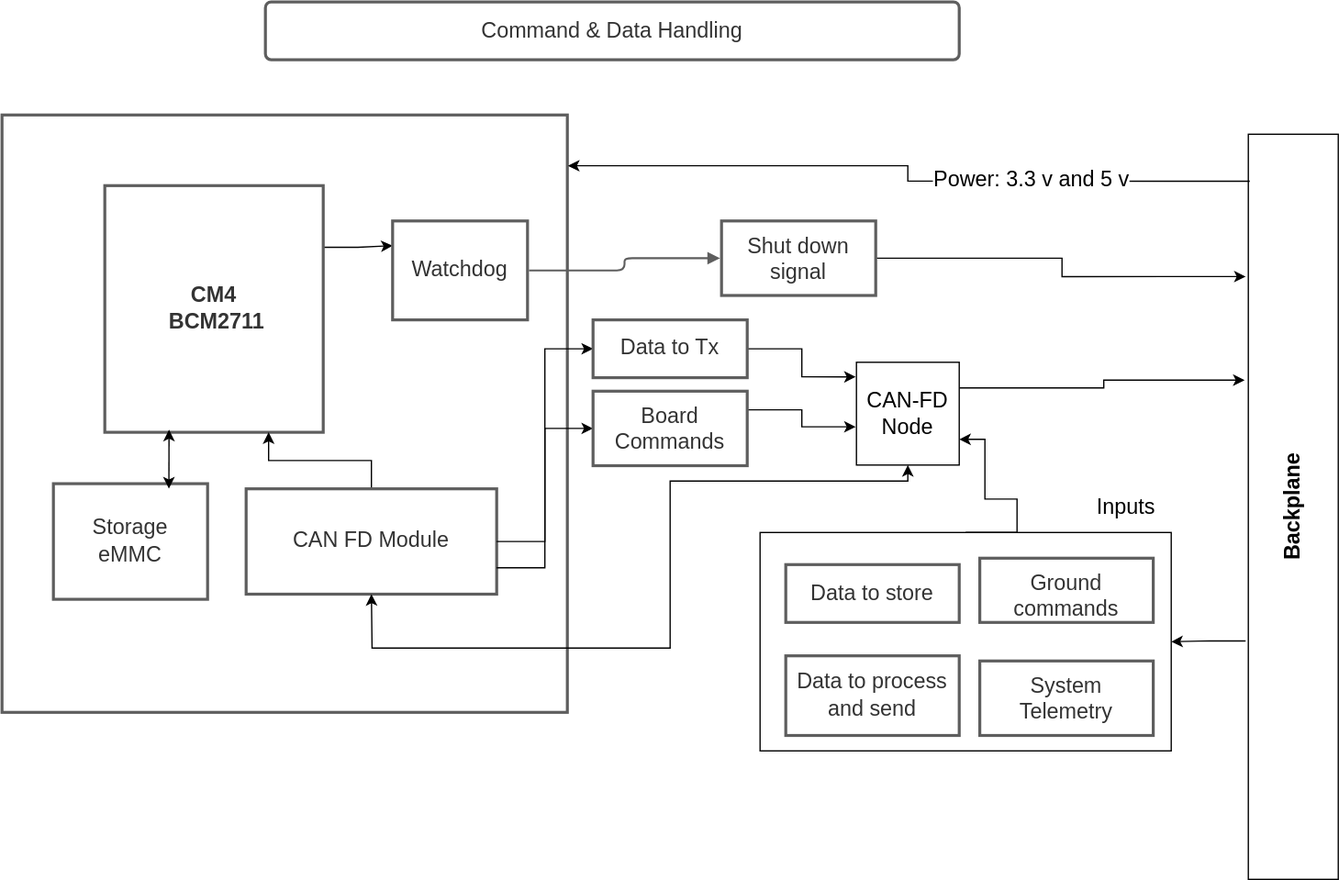
The draw.io diagram CD&H/C&DH.drawio.svg in coloradocube/balloonsat-bus, before a commit. Source tidied: cells renumbered, new cells last; positions are measured from the earlier drawing's top-left corner, leaving out a move shared by most shapes.
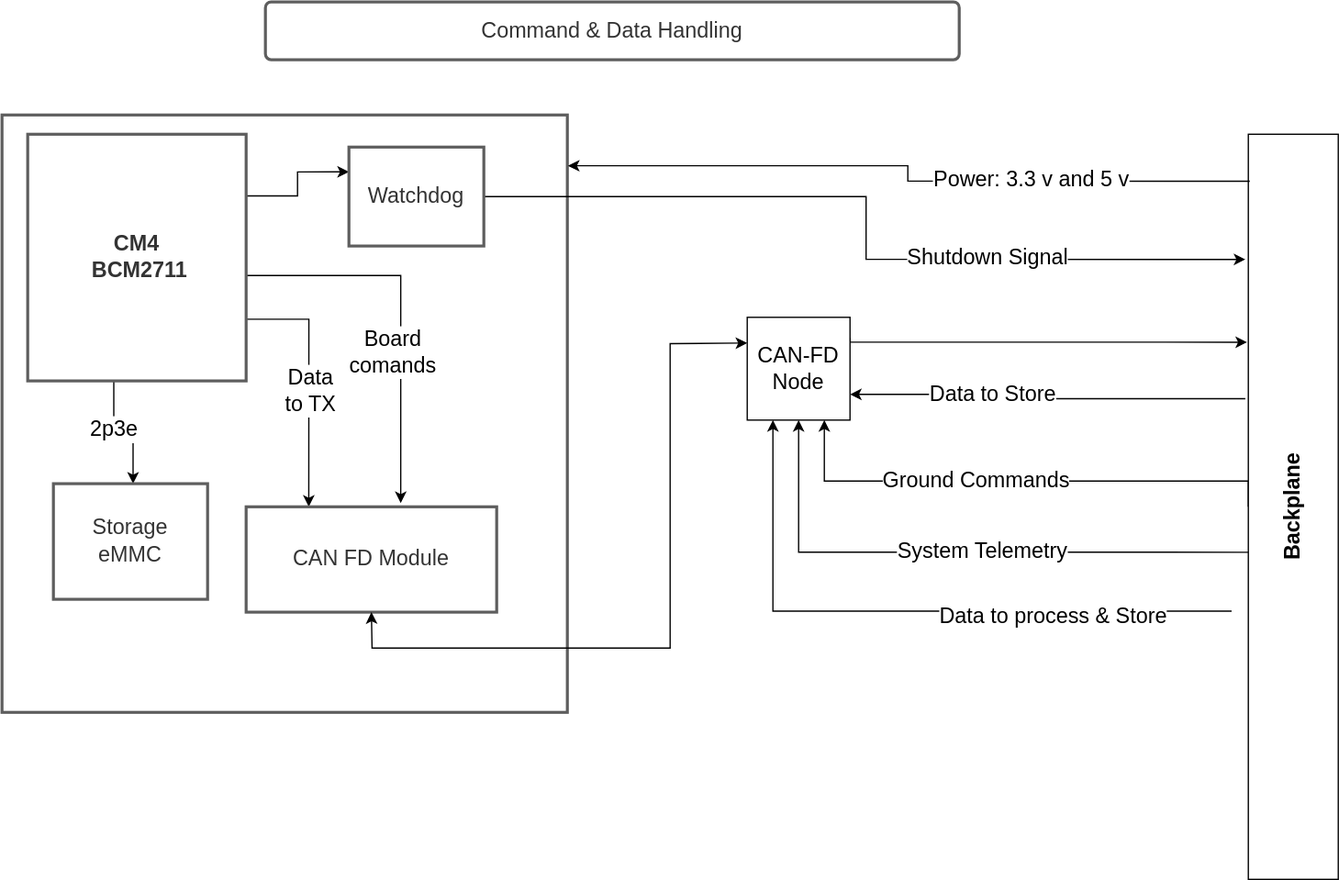
The same diagram one commit later.

What changed in the source:
```diff
@@ -2,85 +2,89 @@
   <root>
     <mxCell id="0" />
     <mxCell id="1" parent="0" />
-    <mxCell id="2" style="edgeStyle=orthogonalEdgeStyle;rounded=0;jettySize=auto;html=1;exitX=-0.03;exitY=0.68;exitDx=0;exitDy=0;entryX=1;entryY=0.5;entryDx=0;entryDy=0;fontSize=16.71;exitPerimeter=0;" parent="1" edge="1" source="20" target="4">
-      <mxGeometry relative="1" as="geometry" />
-    </mxCell>
-    <mxCell id="3" style="edgeStyle=orthogonalEdgeStyle;rounded=0;jettySize=auto;html=1;exitX=0.5;exitY=0;exitDx=0;exitDy=0;entryX=1;entryY=0.75;entryDx=0;entryDy=0;fontSize=16.71;" parent="1" edge="1" source="4" target="29">
-      <mxGeometry relative="1" as="geometry">
-        <Array as="points">
-          <mxPoint x="790" y="413" />
-          <mxPoint x="790" y="387" />
-          <mxPoint x="765" y="387" />
-          <mxPoint x="765" y="340" />
-        </Array>
-      </mxGeometry>
-    </mxCell>
-    <mxCell id="4" style="rounded=0;whiteSpace=wrap;html=1;fontSize=16.71;" parent="1" vertex="1">
-      <mxGeometry x="590" y="413" width="320" height="170" as="geometry" />
-    </mxCell>
     <mxCell id="5" style="html=1;overflow=block;blockSpacing=1;whiteSpace=wrap;whiteSpace=wrap;fontSize=13;spacing=9;strokeColor=#5e5e5e;strokeOpacity=100;absoluteArcSize=1;arcSize=9;strokeWidth=2.3;" parent="1" vertex="1">
       <mxGeometry y="88" width="440" height="465" as="geometry" />
     </mxCell>
     <mxCell id="6" style="edgeStyle=orthogonalEdgeStyle;rounded=0;jettySize=auto;html=1;exitX=1;exitY=0.25;exitDx=0;exitDy=0;entryX=0;entryY=0.25;entryDx=0;entryDy=0;" parent="1" edge="1" source="7" target="21">
       <mxGeometry relative="1" as="geometry" />
     </mxCell>
+    <mxCell id="35" style="edgeStyle=orthogonalEdgeStyle;rounded=0;jettySize=auto;html=1;exitX=1;exitY=0.75;exitDx=0;exitDy=0;entryX=0.25;entryY=0;entryDx=0;entryDy=0;fontSize=16.71;" parent="1" edge="1" source="7" target="9">
+      <mxGeometry relative="1" as="geometry" />
+    </mxCell>
+    <mxCell id="36" value="Data&lt;br&gt;to TX" style="edgeLabel;html=1;align=center;verticalAlign=middle;fontSize=16.71;" parent="35" vertex="1">
+      <mxGeometry x="0.07" relative="1" as="geometry">
+        <mxPoint y="-1" as="offset" />
+      </mxGeometry>
+    </mxCell>
+    <mxCell id="37" style="edgeStyle=orthogonalEdgeStyle;rounded=0;jettySize=auto;html=1;exitX=1;exitY=0.5;exitDx=0;exitDy=0;entryX=0.617;entryY=-0.035;entryDx=0;entryDy=0;entryPerimeter=0;fontSize=16.71;" parent="1" edge="1" source="7" target="9">
+      <mxGeometry relative="1" as="geometry">
+        <Array as="points">
+          <mxPoint x="190" y="213" />
+          <mxPoint x="310" y="213" />
+        </Array>
+      </mxGeometry>
+    </mxCell>
+    <mxCell id="38" value="Board&lt;br&gt;comands" style="edgeLabel;html=1;align=center;verticalAlign=middle;fontSize=16.71;" parent="37" vertex="1">
+      <mxGeometry x="0.24" y="-7" relative="1" as="geometry" />
+    </mxCell>
+    <mxCell id="39" value="2p3e" style="edgeStyle=orthogonalEdgeStyle;rounded=0;orthogonalLoop=1;jettySize=auto;html=1;exitX=0.5;exitY=1;exitDx=0;exitDy=0;entryX=0.5;entryY=0;entryDx=0;entryDy=0;fontSize=16.71;" parent="1" edge="1">
+      <mxGeometry relative="1" as="geometry">
+        <mxPoint x="107" y="295" as="sourcePoint" />
+        <mxPoint x="102" y="375" as="targetPoint" />
+      </mxGeometry>
+    </mxCell>
     <mxCell id="7" value="CM4&lt;br&gt;&amp;nbsp;BCM2711" style="html=1;overflow=block;blockSpacing=1;whiteSpace=wrap;whiteSpace=wrap;fontSize=16.7;fontColor=#333333;fontStyle=1;spacing=9;verticalAlign=middle;strokeColor=#5e5e5e;strokeOpacity=100;absoluteArcSize=1;arcSize=9;strokeWidth=2.3;" parent="1" vertex="1">
-      <mxGeometry x="80" y="143" width="170" height="192" as="geometry" />
+      <mxGeometry x="20" y="103" width="170" height="192" as="geometry" />
     </mxCell>
-    <mxCell id="8" style="edgeStyle=orthogonalEdgeStyle;rounded=0;jettySize=auto;html=1;exitX=0.5;exitY=0;exitDx=0;exitDy=0;entryX=0.75;entryY=1;entryDx=0;entryDy=0;fontSize=16.71;" parent="1" edge="1" source="9" target="7">
-      <mxGeometry relative="1" as="geometry" />
-    </mxCell>
     <mxCell id="9" value="CAN FD Module" style="html=1;overflow=block;blockSpacing=1;whiteSpace=wrap;whiteSpace=wrap;fontSize=16.7;fontColor=#333333;spacing=9;strokeColor=#5e5e5e;strokeOpacity=100;absoluteArcSize=1;arcSize=9;strokeWidth=2.3;" parent="1" vertex="1">
-      <mxGeometry x="190" y="379" width="195" height="82" as="geometry" />
+      <mxGeometry x="190" y="393" width="195" height="82" as="geometry" />
     </mxCell>
     <mxCell id="10" value="Command &amp; Data Handling" style="html=1;overflow=block;blockSpacing=1;whiteSpace=wrap;whiteSpace=wrap;fontSize=16.7;fontColor=#333333;spacing=9;strokeColor=#5e5e5e;strokeOpacity=100;rounded=1;absoluteArcSize=1;arcSize=9;strokeWidth=2.3;" parent="1" vertex="1">
       <mxGeometry x="205" width="540" height="45" as="geometry" />
     </mxCell>
-    <mxCell id="11" style="edgeStyle=orthogonalEdgeStyle;rounded=0;jettySize=auto;html=1;exitX=1;exitY=0.75;exitDx=0;exitDy=0;entryX=0;entryY=0.5;entryDx=0;entryDy=0;" parent="1" edge="1" source="9" target="13">
-      <mxGeometry relative="1" as="geometry" />
-    </mxCell>
-    <mxCell id="12" style="edgeStyle=orthogonalEdgeStyle;rounded=0;jettySize=auto;html=1;exitX=1;exitY=0.25;exitDx=0;exitDy=0;entryX=-0.007;entryY=0.628;entryDx=0;entryDy=0;entryPerimeter=0;fontSize=16.71;" parent="1" edge="1" source="13" target="29">
-      <mxGeometry relative="1" as="geometry" />
-    </mxCell>
-    <mxCell id="13" value="Board Commands" style="html=1;overflow=block;blockSpacing=1;whiteSpace=wrap;whiteSpace=wrap;fontSize=16.7;fontColor=#333333;spacing=9;strokeColor=#5e5e5e;strokeOpacity=100;absoluteArcSize=1;arcSize=9;strokeWidth=2.3;" parent="1" vertex="1">
-      <mxGeometry x="460" y="303" width="120" height="58" as="geometry" />
-    </mxCell>
-    <mxCell id="14" style="edgeStyle=orthogonalEdgeStyle;rounded=0;jettySize=auto;html=1;exitX=1;exitY=0.5;exitDx=0;exitDy=0;entryX=0;entryY=0.5;entryDx=0;entryDy=0;" parent="1" edge="1" source="9" target="16">
-      <mxGeometry relative="1" as="geometry" />
-    </mxCell>
-    <mxCell id="15" style="edgeStyle=orthogonalEdgeStyle;rounded=0;jettySize=auto;html=1;exitX=1;exitY=0.5;exitDx=0;exitDy=0;entryX=-0.007;entryY=0.142;entryDx=0;entryDy=0;entryPerimeter=0;" parent="1" edge="1" source="16" target="29">
-      <mxGeometry relative="1" as="geometry" />
-    </mxCell>
-    <mxCell id="16" value="Data to Tx" style="html=1;overflow=block;blockSpacing=1;whiteSpace=wrap;whiteSpace=wrap;fontSize=16.7;fontColor=#333333;spacing=9;strokeColor=#5e5e5e;strokeOpacity=100;absoluteArcSize=1;arcSize=9;strokeWidth=2.3;" parent="1" vertex="1">
-      <mxGeometry x="460" y="247.5" width="120" height="45" as="geometry" />
-    </mxCell>
-    <mxCell id="17" style="edgeStyle=orthogonalEdgeStyle;rounded=0;jettySize=auto;html=1;exitX=1;exitY=0.5;exitDx=0;exitDy=0;entryX=-0.029;entryY=0.191;entryDx=0;entryDy=0;entryPerimeter=0;" parent="1" edge="1" source="18" target="20">
-      <mxGeometry relative="1" as="geometry" />
-    </mxCell>
-    <mxCell id="18" value="Shut down signal" style="html=1;overflow=block;blockSpacing=1;whiteSpace=wrap;whiteSpace=wrap;fontSize=16.7;fontColor=#333333;spacing=9;strokeColor=#5e5e5e;strokeOpacity=100;absoluteArcSize=1;arcSize=9;strokeWidth=2.3;" parent="1" vertex="1">
-      <mxGeometry x="560" y="170.5" width="120" height="58" as="geometry" />
-    </mxCell>
-    <mxCell id="19" style="html=1;jettySize=18;whiteSpace=wrap;fontSize=13;strokeColor=#5E5E5E;strokeWidth=1.5;rounded=1;arcSize=12;edgeStyle=orthogonalEdgeStyle;startArrow=none;endArrow=block;endFill=1;exitX=1.011;exitY=0.5;exitPerimeter=0;entryX=-0.009;entryY=0.5;entryPerimeter=0;" parent="1" edge="1" source="21" target="18">
-      <mxGeometry relative="1" as="geometry" />
-    </mxCell>
+    <mxCell id="40" style="edgeStyle=orthogonalEdgeStyle;rounded=0;jettySize=auto;html=1;exitX=-0.033;exitY=0.355;exitDx=0;exitDy=0;entryX=1;entryY=0.75;entryDx=0;entryDy=0;fontSize=16.71;exitPerimeter=0;" parent="1" edge="1" source="20" target="29">
+      <mxGeometry relative="1" as="geometry" />
+    </mxCell>
+    <mxCell id="41" value="Data to Store" style="edgeLabel;html=1;align=center;verticalAlign=middle;fontSize=16.71;" parent="40" vertex="1">
+      <mxGeometry x="0.29" relative="1" as="geometry">
+        <mxPoint x="1" as="offset" />
+      </mxGeometry>
+    </mxCell>
+    <mxCell id="42" style="edgeStyle=orthogonalEdgeStyle;rounded=0;jettySize=auto;html=1;exitX=0;exitY=0.5;exitDx=0;exitDy=0;entryX=0.75;entryY=1;entryDx=0;entryDy=0;fontSize=16.71;" parent="1" edge="1" source="20" target="29">
+      <mxGeometry relative="1" as="geometry">
+        <Array as="points">
+          <mxPoint x="970" y="373" />
+          <mxPoint x="640" y="373" />
+        </Array>
+      </mxGeometry>
+    </mxCell>
+    <mxCell id="43" value="Ground Commands" style="edgeLabel;html=1;align=center;verticalAlign=middle;fontSize=16.71;" parent="42" vertex="1">
+      <mxGeometry x="0.17" y="-1" relative="1" as="geometry" />
+    </mxCell>
+    <mxCell id="44" style="edgeStyle=orthogonalEdgeStyle;rounded=0;jettySize=auto;html=1;exitX=0.024;exitY=0.561;exitDx=0;exitDy=0;entryX=0.5;entryY=1;entryDx=0;entryDy=0;fontSize=16.71;exitPerimeter=0;" parent="1" edge="1" source="20" target="29">
+      <mxGeometry relative="1" as="geometry" />
+    </mxCell>
+    <mxCell id="22" value="System Telemetry" style="edgeLabel;html=1;align=center;verticalAlign=middle;fontSize=16.71;" parent="44" vertex="1">
+      <mxGeometry x="-0.07" y="-1" relative="1" as="geometry" />
+    </mxCell>
+    <mxCell id="45" style="edgeStyle=orthogonalEdgeStyle;rounded=0;jettySize=auto;html=1;exitX=-0.186;exitY=0.64;exitDx=0;exitDy=0;entryX=0.25;entryY=1;entryDx=0;entryDy=0;fontSize=16.71;exitPerimeter=0;" parent="1" edge="1" source="20" target="29">
+      <mxGeometry relative="1" as="geometry" />
+    </mxCell>
+    <mxCell id="46" value="Data to process &amp;amp; Store" style="edgeLabel;html=1;align=center;verticalAlign=middle;fontSize=16.71;" parent="45" vertex="1">
+      <mxGeometry x="-0.44" y="4" relative="1" as="geometry" />
+    </mxCell>
     <mxCell id="20" value="&lt;font style=&quot;font-size: 16.7px&quot;&gt;&lt;b&gt;Backplane&lt;/b&gt;&lt;/font&gt;" style="rounded=0;whiteSpace=wrap;html=1;direction=east;horizontal=0;fontSize=16.7;" parent="1" vertex="1">
       <mxGeometry x="970" y="103" width="70" height="580" as="geometry" />
     </mxCell>
+    <mxCell id="47" style="edgeStyle=orthogonalEdgeStyle;rounded=0;jettySize=auto;html=1;exitX=1;exitY=0.5;exitDx=0;exitDy=0;entryX=-0.033;entryY=0.168;entryDx=0;entryDy=0;entryPerimeter=0;fontSize=16.71;" parent="1" edge="1" source="21" target="20">
+      <mxGeometry relative="1" as="geometry" />
+    </mxCell>
+    <mxCell id="48" value="Shutdown Signal" style="edgeLabel;html=1;align=center;verticalAlign=middle;fontSize=16.71;" parent="47" vertex="1">
+      <mxGeometry x="0.37" y="1" relative="1" as="geometry" />
+    </mxCell>
     <mxCell id="21" value=" Watchdog " style="html=1;overflow=block;blockSpacing=1;whiteSpace=wrap;whiteSpace=wrap;fontSize=16.7;fontColor=#333333;spacing=9;strokeColor=#5e5e5e;strokeOpacity=100;absoluteArcSize=1;arcSize=9;strokeWidth=2.3;" parent="1" vertex="1">
-      <mxGeometry x="304" y="170.5" width="105" height="77" as="geometry" />
+      <mxGeometry x="270" y="113" width="105" height="77" as="geometry" />
     </mxCell>
-    <mxCell id="22" value="System Telemetry" style="html=1;overflow=block;blockSpacing=1;whiteSpace=wrap;whiteSpace=wrap;fontSize=16.7;fontColor=#333333;spacing=9;strokeColor=#5e5e5e;strokeOpacity=100;absoluteArcSize=1;arcSize=9;strokeWidth=2.3;" parent="1" vertex="1">
-      <mxGeometry x="761" y="513" width="135" height="58" as="geometry" />
-    </mxCell>
-    <mxCell id="23" value="Data to store" style="html=1;overflow=block;blockSpacing=1;whiteSpace=wrap;whiteSpace=wrap;fontSize=16.7;fontColor=#333333;spacing=9;strokeColor=#5e5e5e;strokeOpacity=100;absoluteArcSize=1;arcSize=9;strokeWidth=2.3;" parent="1" vertex="1">
-      <mxGeometry x="610" y="438" width="135" height="45" as="geometry" />
-    </mxCell>
-    <mxCell id="24" value="Data to process and send" style="html=1;overflow=block;blockSpacing=1;whiteSpace=wrap;whiteSpace=wrap;fontSize=16.7;fontColor=#333333;spacing=9;strokeColor=#5e5e5e;strokeOpacity=100;absoluteArcSize=1;arcSize=9;strokeWidth=2.3;" parent="1" vertex="1">
-      <mxGeometry x="610" y="509" width="135" height="62" as="geometry" />
-    </mxCell>
-    <mxCell id="25" value="Ground commands" style="html=1;overflow=block;blockSpacing=1;whiteSpace=wrap;whiteSpace=wrap;fontSize=16.7;fontColor=#333333;spacing=9;strokeColor=#5e5e5e;strokeOpacity=100;absoluteArcSize=1;arcSize=9;strokeWidth=2.3;" parent="1" vertex="1">
-      <mxGeometry x="761" y="433" width="135" height="50" as="geometry" />
-    </mxCell>
     <mxCell id="26" style="edgeStyle=orthogonalEdgeStyle;rounded=0;jettySize=auto;html=1;fontSize=16.71;exitX=0.016;exitY=0.063;exitDx=0;exitDy=0;exitPerimeter=0;entryX=1.001;entryY=0.085;entryDx=0;entryDy=0;entryPerimeter=0;" parent="1" edge="1" source="20" target="5">
       <mxGeometry relative="1" as="geometry">
         <Array as="points">
@@ -94,22 +98,25 @@
         <mxPoint x="-1" as="offset" />
       </mxGeometry>
     </mxCell>
-    <mxCell id="28" style="edgeStyle=orthogonalEdgeStyle;rounded=0;jettySize=auto;html=1;exitX=1;exitY=0.25;exitDx=0;exitDy=0;entryX=-0.041;entryY=0.33;entryDx=0;entryDy=0;entryPerimeter=0;fontSize=16.71;" parent="1" edge="1" source="29" target="20">
-      <mxGeometry relative="1" as="geometry" />
+    <mxCell id="28" style="edgeStyle=orthogonalEdgeStyle;rounded=0;orthogonalLoop=1;jettySize=auto;html=1;exitX=1;exitY=0.25;exitDx=0;exitDy=0;entryX=-0.014;entryY=0.286;entryDx=0;entryDy=0;entryPerimeter=0;fontSize=16.71;" parent="1" edge="1">
+      <mxGeometry relative="1" as="geometry">
+        <mxPoint x="660" y="261.5" as="sourcePoint" />
+        <mxPoint x="969" y="264.9" as="targetPoint" />
+        <Array as="points">
+          <mxPoint x="660" y="265" />
+        </Array>
+      </mxGeometry>
     </mxCell>
     <mxCell id="29" value="&lt;font style=&quot;font-size: 16.7px;&quot;&gt;CAN-FD&lt;br style=&quot;font-size: 16.7px;&quot;&gt;Node&lt;/font&gt;" style="whiteSpace=wrap;html=1;fontSize=16.7;" parent="1" vertex="1">
-      <mxGeometry x="665" y="280.5" width="80" height="80" as="geometry" />
+      <mxGeometry x="580" y="245.5" width="80" height="80" as="geometry" />
     </mxCell>
-    <mxCell id="30" value="Inputs" style="text;html=1;strokeColor=none;fillColor=none;align=center;verticalAlign=middle;whiteSpace=wrap;rounded=0;fontSize=16.71;" parent="1" vertex="1">
-      <mxGeometry x="845" y="379" width="60" height="30" as="geometry" />
-    </mxCell>
-    <mxCell id="31" style="endArrow=classic;startArrow=classic;html=1;rounded=0;fontSize=16.71;entryX=0.5;entryY=1;entryDx=0;entryDy=0;exitX=0.5;exitY=1;exitDx=0;exitDy=0;" parent="1" edge="1" source="9" target="29">
+    <mxCell id="31" style="endArrow=classic;startArrow=classic;html=1;rounded=0;fontSize=16.71;entryX=0;entryY=0.25;entryDx=0;entryDy=0;exitX=0.5;exitY=1;exitDx=0;exitDy=0;" parent="1" edge="1" source="9" target="29">
       <mxGeometry relative="1" as="geometry">
         <Array as="points">
           <mxPoint x="288" y="503" />
           <mxPoint x="520" y="503" />
           <mxPoint x="520" y="373" />
-          <mxPoint x="705" y="373" />
+          <mxPoint x="520" y="266" />
         </Array>
       </mxGeometry>
     </mxCell>
@@ -121,11 +128,5 @@
         <mxPoint x="101" y="375" as="sourcePoint" />
       </mxGeometry>
     </mxCell>
-    <mxCell id="34" style="endArrow=classic;startArrow=classic;html=1;rounded=0;fontSize=16.71;exitX=0.724;exitY=0.042;exitDx=0;exitDy=0;exitPerimeter=0;" parent="1" edge="1">
-      <mxGeometry relative="1" as="geometry">
-        <mxPoint x="129.9" y="378.8" as="sourcePoint" />
-        <mxPoint x="130" y="333" as="targetPoint" />
-      </mxGeometry>
-    </mxCell>
   </root>
 </mxGraphModel>
```
